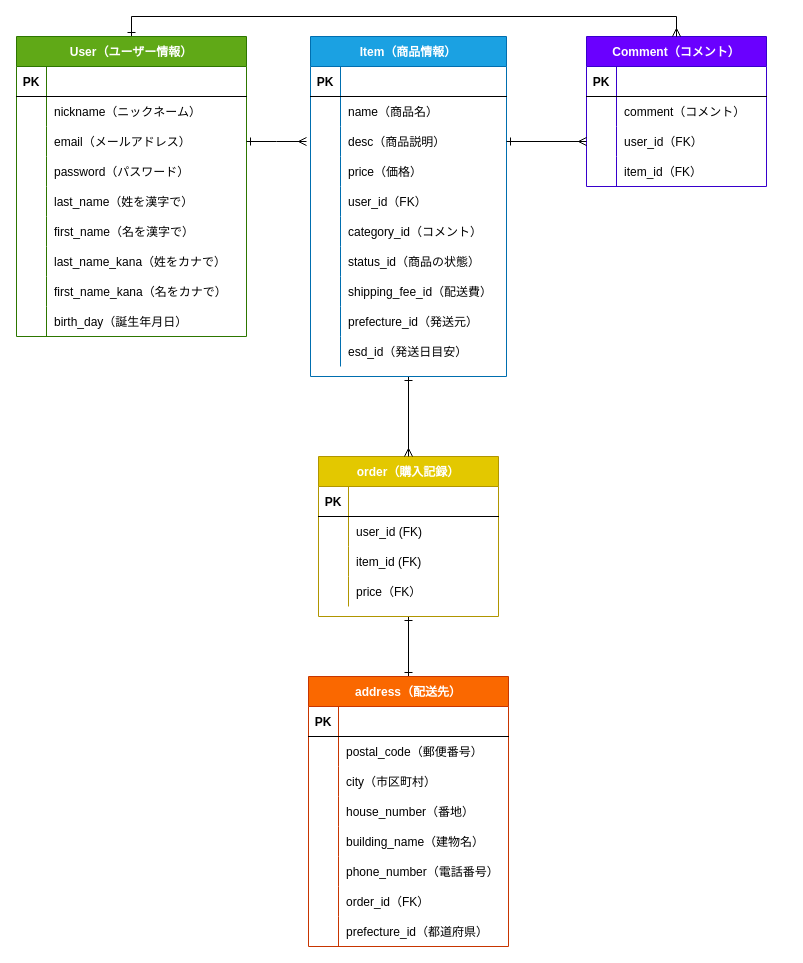
soozeay/furima-35018 keeps this draw.io diagram as furima-35018.dio. Above is the earlier version. Source tidied: cells renumbered, new cells numbered last; positions are measured from the earlier drawing's top-left corner, leaving out a move shared by most shapes. Both pictures are drawn from the tidied source at 100%, with x=0, y=0 at pixel (16, 36).
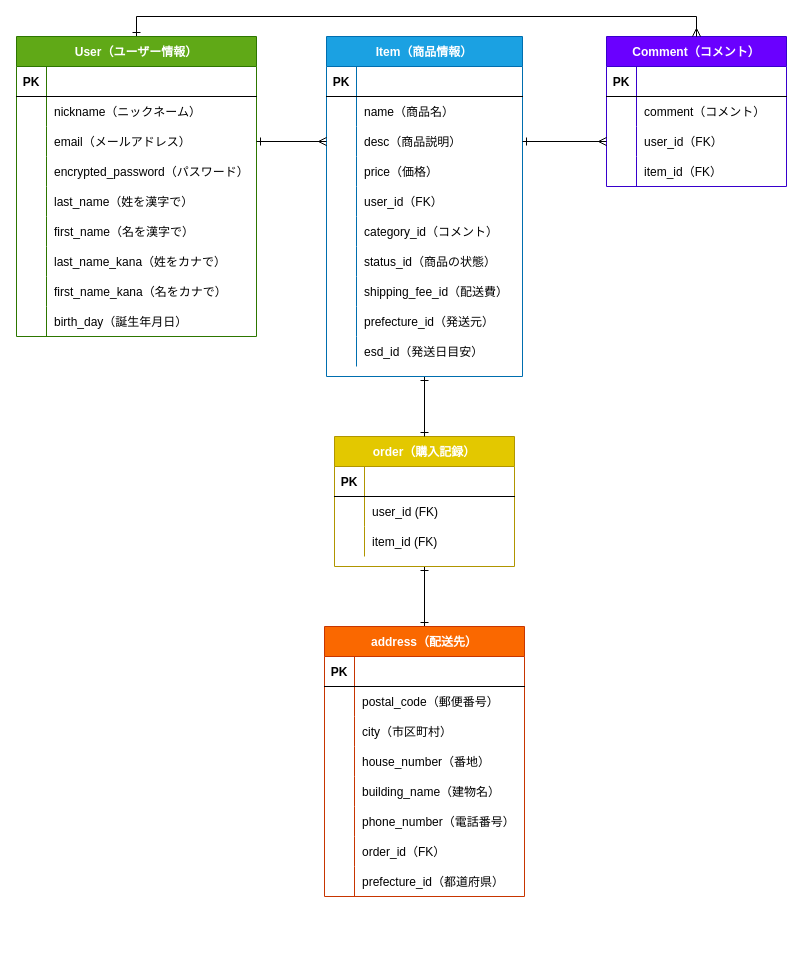
The same diagram, later.

Commit message (it also covers changes not shown here):
DB設計の修正9回目

①itemsとordersテーブル間のアソシエーションの見直し
②orderテーブルからpriceカラムの削除

The change refers to these unchanged cells:
```xml
<mxCell id="97" style="shape=partialRectangle;fillColor=none;top=0;left=0;bottom=0;right=0;points=[[0,0.5],[1,0.5]];portConstraint=eastwest;" parent="90" vertex="1">
  <mxGeometry y="90" width="196" height="30" as="geometry" />
</mxCell>
```

Change to the diagram source:
```diff
@@
     <mxCell id="2" style="group;" parent="1" vertex="1">
-      <mxGeometry x="570" width="180" height="160" as="geometry" />
+      <mxGeometry x="590" width="180" height="160" as="geometry" />
     </mxCell>
@@
     <mxCell id="22" value="order（購入記録）" style="shape=table;startSize=30;childLayout=tableLayout;rowLines=0;fontStyle=1;align=center;fillColor=#e3c800;strokeColor=#B09500;fontColor=#ffffff;" parent="1" vertex="1">
-      <mxGeometry x="302" y="420" width="180" height="160" as="geometry" />
+      <mxGeometry x="318" y="400" width="180" height="130" as="geometry" />
     </mxCell>
@@
-    <mxCell id="32" style="shape=partialRectangle;fillColor=none;top=0;left=0;bottom=0;right=0;" parent="22" vertex="1">
-      <mxGeometry y="120" width="180" height="30" as="geometry" />
-    </mxCell>
-    <mxCell id="33" style="shape=partialRectangle;fillColor=none;top=0;left=0;bottom=0;right=0;overflow=hidden;" parent="32" vertex="1">
-      <mxGeometry width="30" height="30" as="geometry" />
-    </mxCell>
-    <mxCell id="34" value="price（FK）" style="shape=partialRectangle;fillColor=none;top=0;left=0;bottom=0;right=0;align=left;spacingLeft=6;overflow=hidden;" parent="32" vertex="1">
-      <mxGeometry x="30" width="150" height="30" as="geometry" />
-    </mxCell>
     <mxCell id="35" value="address（配送先）" style="shape=table;startSize=30;childLayout=tableLayout;rowLines=0;fontStyle=1;align=center;fillColor=#fa6800;strokeColor=#C73500;fontColor=#ffffff;verticalAlign=middle;" parent="1" vertex="1">
-      <mxGeometry x="292" y="640" width="200" height="270" as="geometry" />
+      <mxGeometry x="308" y="590" width="200" height="270" as="geometry" />
     </mxCell>
@@
     <mxCell id="61" value="User（ユーザー情報）" style="shape=table;startSize=30;childLayout=tableLayout;rowLines=0;fontStyle=1;align=center;fillColor=#60a917;strokeColor=#2D7600;fontColor=#ffffff;" parent="1" vertex="1">
-      <mxGeometry width="230" height="300" as="geometry" />
+      <mxGeometry width="240" height="300" as="geometry" />
     </mxCell>
     <mxCell id="62" style="shape=partialRectangle;fillColor=none;top=0;left=0;bottom=1;right=0;" parent="61" vertex="1">
-      <mxGeometry y="30" width="230" height="30" as="geometry" />
+      <mxGeometry y="30" width="240" height="30" as="geometry" />
     </mxCell>
@@
     <mxCell id="64" style="shape=partialRectangle;fillColor=none;top=0;left=0;bottom=0;right=0;align=left;spacingLeft=6;fontStyle=5;overflow=hidden;" parent="62" vertex="1">
-      <mxGeometry x="30" width="200" height="30" as="geometry" />
+      <mxGeometry x="30" width="210" height="30" as="geometry" />
     </mxCell>
     <mxCell id="65" style="shape=partialRectangle;fillColor=none;top=0;left=0;bottom=0;right=0;" parent="61" vertex="1">
-      <mxGeometry y="60" width="230" height="30" as="geometry" />
+      <mxGeometry y="60" width="240" height="30" as="geometry" />
     </mxCell>
@@
     <mxCell id="67" value="nickname（ニックネーム）" style="shape=partialRectangle;fillColor=none;top=0;left=0;bottom=0;right=0;align=left;spacingLeft=6;overflow=hidden;" parent="65" vertex="1">
-      <mxGeometry x="30" width="200" height="30" as="geometry" />
+      <mxGeometry x="30" width="210" height="30" as="geometry" />
     </mxCell>
     <mxCell id="68" style="shape=partialRectangle;fillColor=none;top=0;left=0;bottom=0;right=0;points=[[0,0.5],[1,0.5]];portConstraint=eastwest;" parent="61" vertex="1">
-      <mxGeometry y="90" width="230" height="30" as="geometry" />
+      <mxGeometry y="90" width="240" height="30" as="geometry" />
     </mxCell>
@@
     <mxCell id="70" value="email（メールアドレス）" style="shape=partialRectangle;fillColor=none;top=0;left=0;bottom=0;right=0;align=left;spacingLeft=6;overflow=hidden;" parent="68" vertex="1">
-      <mxGeometry x="30" width="200" height="30" as="geometry" />
+      <mxGeometry x="30" width="210" height="30" as="geometry" />
     </mxCell>
     <mxCell id="71" style="shape=partialRectangle;fillColor=none;top=0;left=0;bottom=0;right=0;" parent="61" vertex="1">
-      <mxGeometry y="120" width="230" height="30" as="geometry" />
+      <mxGeometry y="120" width="240" height="30" as="geometry" />
     </mxCell>
@@
-    <mxCell id="73" value="password（パスワード）" style="shape=partialRectangle;fillColor=none;top=0;left=0;bottom=0;right=0;align=left;spacingLeft=6;overflow=hidden;" parent="71" vertex="1">
-      <mxGeometry x="30" width="200" height="30" as="geometry" />
+    <mxCell id="73" value="encrypted_password（パスワード）" style="shape=partialRectangle;fillColor=none;top=0;left=0;bottom=0;right=0;align=left;spacingLeft=6;overflow=hidden;" parent="71" vertex="1">
+      <mxGeometry x="30" width="210" height="30" as="geometry" />
     </mxCell>
     <mxCell id="74" style="shape=partialRectangle;fillColor=none;top=0;left=0;bottom=0;right=0;" parent="61" vertex="1">
-      <mxGeometry y="150" width="230" height="30" as="geometry" />
+      <mxGeometry y="150" width="240" height="30" as="geometry" />
     </mxCell>
@@
     <mxCell id="76" value="last_name（姓を漢字で）" style="shape=partialRectangle;fillColor=none;top=0;left=0;bottom=0;right=0;align=left;spacingLeft=6;overflow=hidden;" parent="74" vertex="1">
-      <mxGeometry x="30" width="200" height="30" as="geometry" />
+      <mxGeometry x="30" width="210" height="30" as="geometry" />
     </mxCell>
     <mxCell id="77" style="shape=partialRectangle;fillColor=none;top=0;left=0;bottom=0;right=0;" parent="61" vertex="1">
-      <mxGeometry y="180" width="230" height="30" as="geometry" />
+      <mxGeometry y="180" width="240" height="30" as="geometry" />
     </mxCell>
@@
     <mxCell id="79" value="first_name（名を漢字で）" style="shape=partialRectangle;fillColor=none;top=0;left=0;bottom=0;right=0;align=left;spacingLeft=6;overflow=hidden;" parent="77" vertex="1">
-      <mxGeometry x="30" width="200" height="30" as="geometry" />
+      <mxGeometry x="30" width="210" height="30" as="geometry" />
     </mxCell>
     <mxCell id="80" style="shape=partialRectangle;fillColor=none;top=0;left=0;bottom=0;right=0;" parent="61" vertex="1">
-      <mxGeometry y="210" width="230" height="30" as="geometry" />
+      <mxGeometry y="210" width="240" height="30" as="geometry" />
     </mxCell>
@@
     <mxCell id="82" value="last_name_kana（姓をカナで）" style="shape=partialRectangle;fillColor=none;top=0;left=0;bottom=0;right=0;align=left;spacingLeft=6;overflow=hidden;" parent="80" vertex="1">
-      <mxGeometry x="30" width="200" height="30" as="geometry" />
+      <mxGeometry x="30" width="210" height="30" as="geometry" />
     </mxCell>
     <mxCell id="83" style="shape=partialRectangle;fillColor=none;top=0;left=0;bottom=0;right=0;" parent="61" vertex="1">
-      <mxGeometry y="240" width="230" height="30" as="geometry" />
+      <mxGeometry y="240" width="240" height="30" as="geometry" />
     </mxCell>
@@
     <mxCell id="85" value="first_name_kana（名をカナで）" style="shape=partialRectangle;fillColor=none;top=0;left=0;bottom=0;right=0;align=left;spacingLeft=6;overflow=hidden;" parent="83" vertex="1">
-      <mxGeometry x="30" width="200" height="30" as="geometry" />
+      <mxGeometry x="30" width="210" height="30" as="geometry" />
     </mxCell>
     <mxCell id="86" style="shape=partialRectangle;fillColor=none;top=0;left=0;bottom=0;right=0;" parent="61" vertex="1">
-      <mxGeometry y="270" width="230" height="30" as="geometry" />
+      <mxGeometry y="270" width="240" height="30" as="geometry" />
     </mxCell>
@@
     <mxCell id="88" value="birth_day（誕生年月日）" style="shape=partialRectangle;fillColor=none;top=0;left=0;bottom=0;right=0;align=left;spacingLeft=6;overflow=hidden;" parent="86" vertex="1">
-      <mxGeometry x="30" width="200" height="30" as="geometry" />
+      <mxGeometry x="30" width="210" height="30" as="geometry" />
     </mxCell>
-    <mxCell id="89" style="edgeStyle=orthogonalEdgeStyle;rounded=0;jettySize=auto;html=1;exitX=0.5;exitY=1;exitDx=0;exitDy=0;startArrow=ERone;startFill=0;endArrow=ERmany;endFill=0;" parent="1" edge="1" source="90" target="22">
+    <mxCell id="89" style="edgeStyle=orthogonalEdgeStyle;rounded=0;jettySize=auto;html=1;exitX=0.5;exitY=1;exitDx=0;exitDy=0;startArrow=ERone;startFill=0;endArrow=ERone;endFill=0;" parent="1" edge="1" source="90" target="22">
       <mxGeometry relative="1" as="geometry" />
     </mxCell>
     <mxCell id="90" value="Item（商品情報）" style="shape=table;startSize=30;childLayout=tableLayout;rowLines=0;fontStyle=1;align=center;fillColor=#1ba1e2;strokeColor=#006EAF;fontColor=#ffffff;" parent="1" vertex="1">
-      <mxGeometry x="294" width="196" height="340" as="geometry" />
+      <mxGeometry x="310" width="196" height="340" as="geometry" />
     </mxCell>
@@
-    <mxCell id="121" style="edgeStyle=orthogonalEdgeStyle;rounded=0;jettySize=auto;html=1;exitX=1;exitY=0.5;exitDx=0;exitDy=0;startArrow=ERone;startFill=0;endArrow=ERmany;endFill=0;" parent="1" edge="1" source="68">
-      <mxGeometry relative="1" as="geometry">
-        <mxPoint x="290" y="105" as="targetPoint" />
-      </mxGeometry>
-    </mxCell>
@@
+    <mxCell id="123" style="edgeStyle=orthogonalEdgeStyle;rounded=0;jettySize=auto;html=1;exitX=1;exitY=0.5;exitDx=0;exitDy=0;entryX=0;entryY=0.5;entryDx=0;entryDy=0;startArrow=ERone;startFill=0;endArrow=ERmany;endFill=0;" parent="1" edge="1" source="68" target="97">
+      <mxGeometry relative="1" as="geometry" />
+    </mxCell>
```
